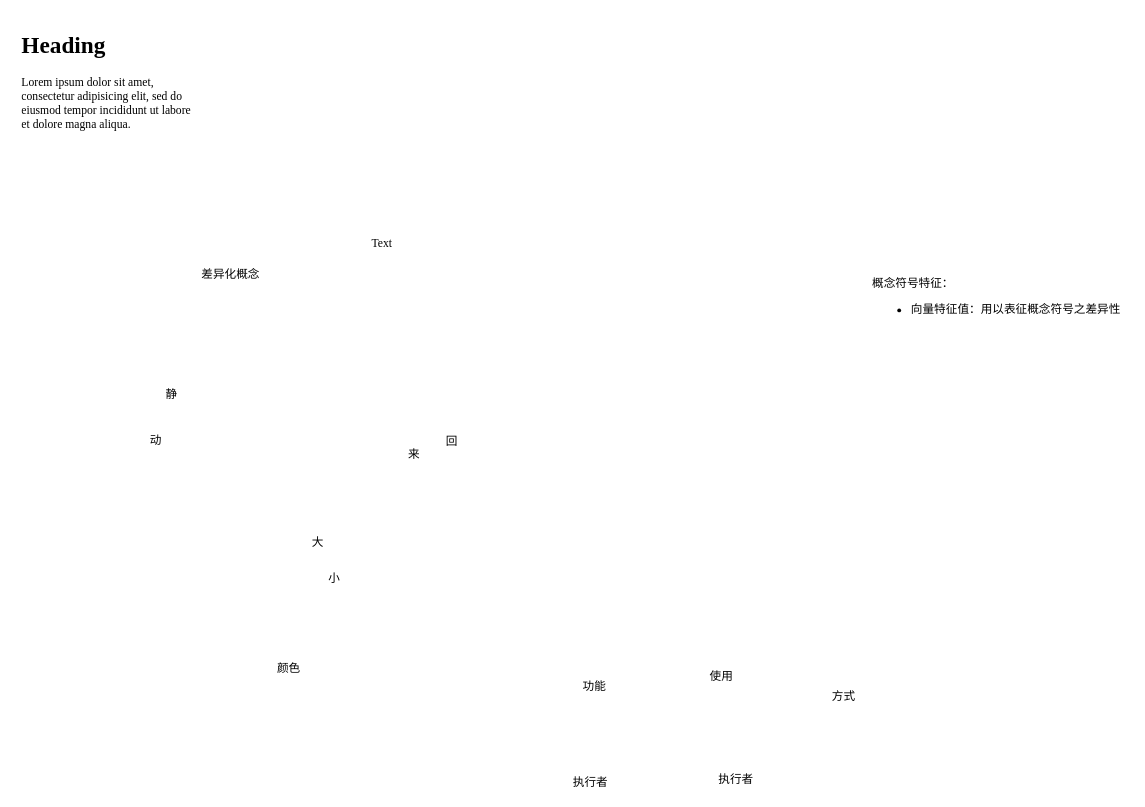
The draw.io diagram page "概念之关系" (1 of 4) of Notes/概念/概念与语言.drawio in EntelechySystem/EntelechySystem_theory, before the edit. Source tidied: cells renumbered, new cells numbered last; positions are measured from the earlier drawing's top-left corner, leaving out a move shared by most shapes. Both pictures are drawn from the tidied source at 97%, with x=0, y=0 at pixel (16, 26).
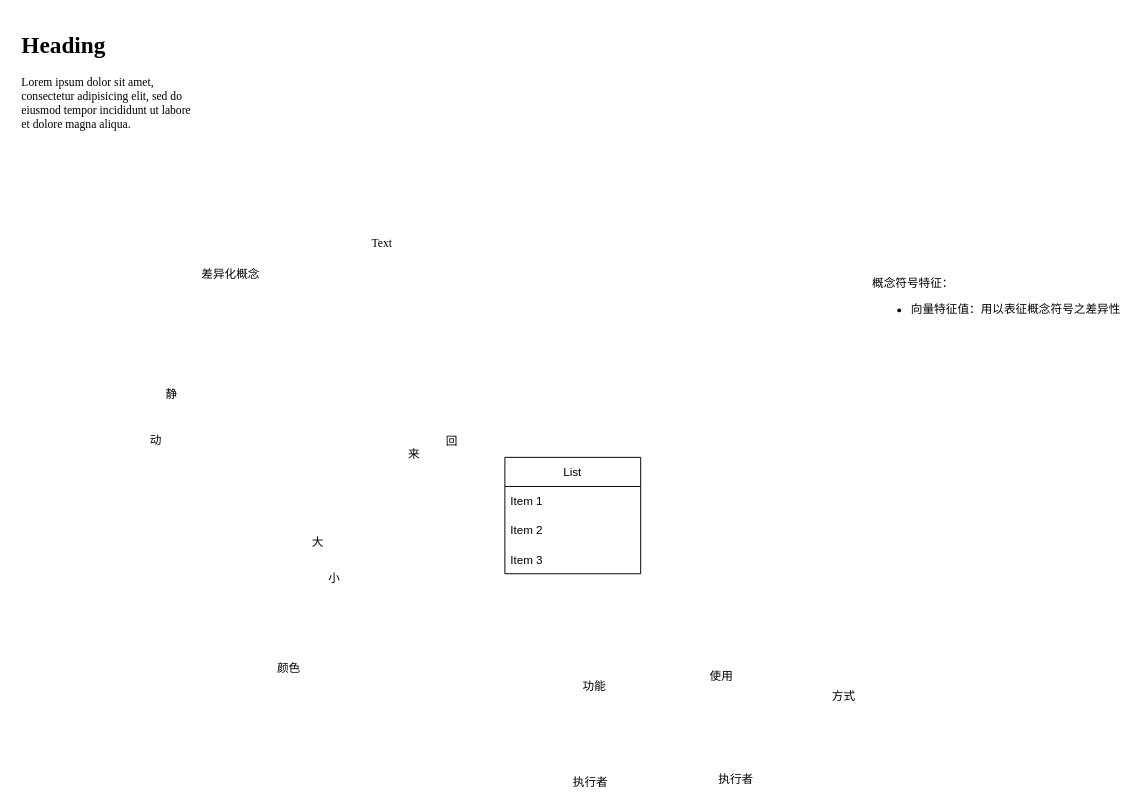
The same page after the edit.

The edit, as a diff of the source:
```diff
@@
+    <mxCell id="18" value="List" style="swimlane;fontStyle=0;horizontal=1;startSize=30;" parent="1" vertex="1">
+      <mxGeometry x="503" y="444" width="140" height="120" as="geometry" />
+    </mxCell>
+    <mxCell id="19" value="Item 1" style="text;strokeColor=none;fillColor=none;align=left;verticalAlign=middle;spacingLeft=4;spacingRight=4;overflow=hidden;" parent="18" vertex="1">
+      <mxGeometry y="30" width="140" height="30" as="geometry" />
+    </mxCell>
+    <mxCell id="20" value="Item 2" style="text;strokeColor=none;fillColor=none;align=left;verticalAlign=middle;spacingLeft=4;spacingRight=4;overflow=hidden;" parent="18" vertex="1">
+      <mxGeometry y="60" width="140" height="30" as="geometry" />
+    </mxCell>
+    <mxCell id="21" value="Item 3" style="text;strokeColor=none;fillColor=none;align=left;verticalAlign=middle;spacingLeft=4;spacingRight=4;overflow=hidden;" parent="18" vertex="1">
+      <mxGeometry y="90" width="140" height="30" as="geometry" />
+    </mxCell>
```
